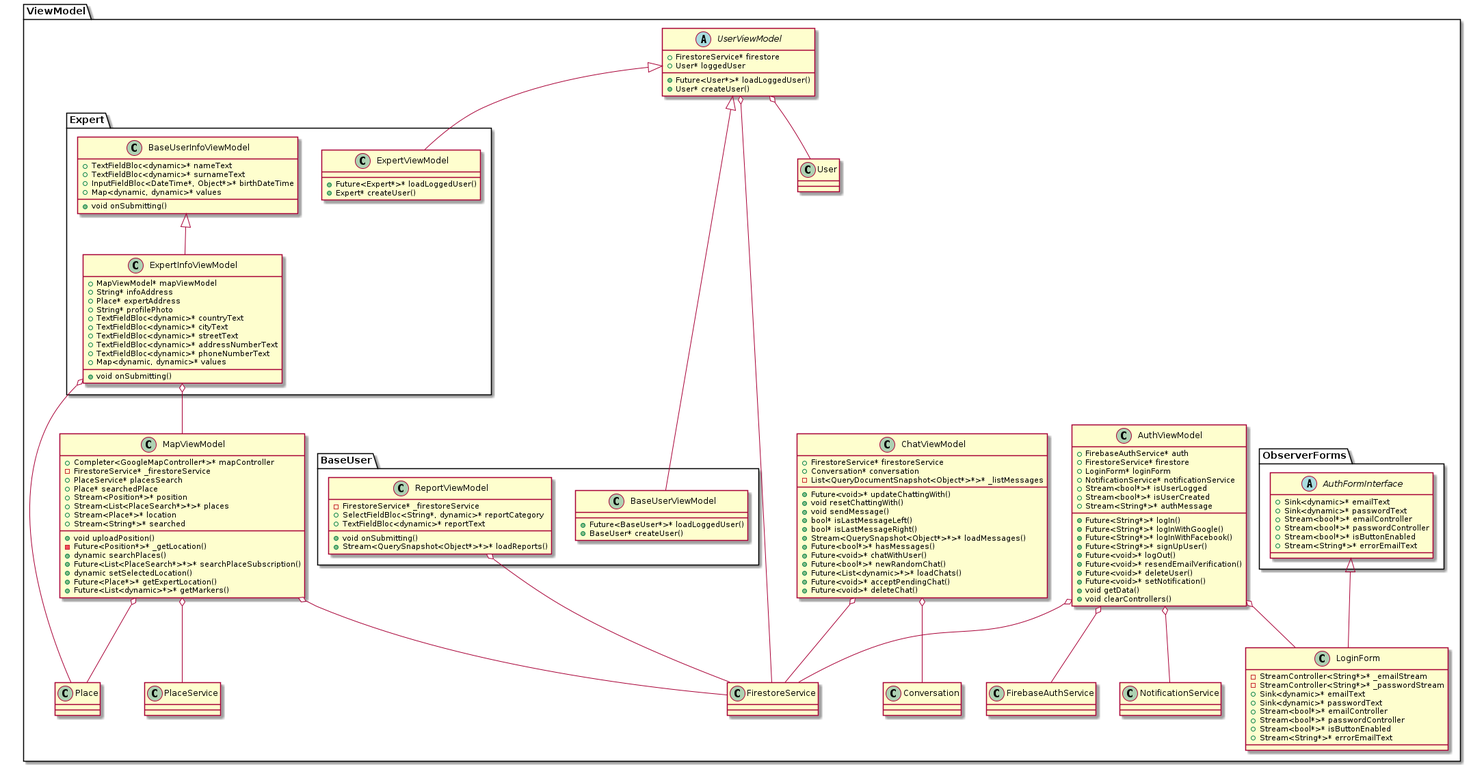
This is out/docs/uml_viewModel/ViewModelUML.png from simoneghiazzi/DIMA, a PlantUML export, as it was before one commit.
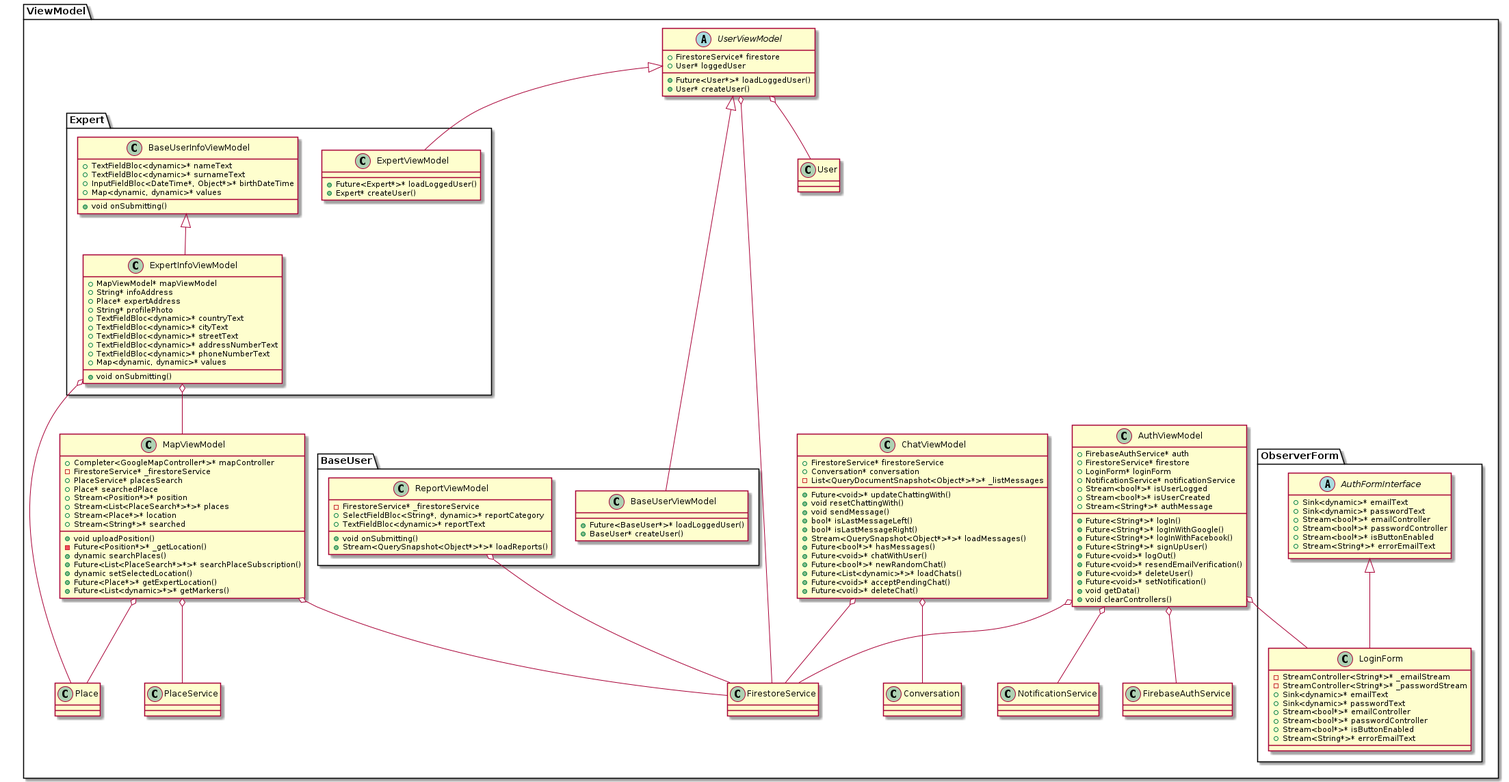
Later version of the same file.

Commit message:
uml diagrams

What changed in the source:
```diff
@@ -1,5 +1,26 @@
 @startuml ViewModelUML
 package ViewModel {
+    package ObserverForm {
+        abstract class "AuthFormInterface" {
+            +Sink<dynamic>* emailText
+            +Sink<dynamic>* passwordText
+            +Stream<bool*>* emailController
+            +Stream<bool*>* passwordController
+            +Stream<bool*>* isButtonEnabled
+            +Stream<String*>* errorEmailText
+        }
+        class "LoginForm" {
+            -StreamController<String*>* _emailStream
+            -StreamController<String*>* _passwordStream
+            +Sink<dynamic>* emailText
+            +Sink<dynamic>* passwordText
+            +Stream<bool*>* emailController
+            +Stream<bool*>* passwordController
+            +Stream<bool*>* isButtonEnabled
+            +Stream<String*>* errorEmailText
+        }
+        "AuthFormInterface" <|-- "LoginForm"
+    }
     class "ChatViewModel" {
         +FirestoreService* firestoreService
         +Conversation* conversation
@@ -74,6 +95,7 @@
     "MapViewModel" o-- "PlaceService"
     "MapViewModel" o-- "Place"
 
+
     package Expert {
         class "ExpertViewModel" {
             +Future<Expert*>* loadLoggedUser()
@@ -123,28 +145,5 @@
         }
         "ReportViewModel" o-- "FirestoreService"
     }
-
-    package ObserverForms {
-        abstract class "AuthFormInterface" {
-            +Sink<dynamic>* emailText
-            +Sink<dynamic>* passwordText
-            +Stream<bool*>* emailController
-            +Stream<bool*>* passwordController
-            +Stream<bool*>* isButtonEnabled
-            +Stream<String*>* errorEmailText
-        }
-
-        class "LoginForm" {
-            -StreamController<String*>* _emailStream
-            -StreamController<String*>* _passwordStream
-            +Sink<dynamic>* emailText
-            +Sink<dynamic>* passwordText
-            +Stream<bool*>* emailController
-            +Stream<bool*>* passwordController
-            +Stream<bool*>* isButtonEnabled
-            +Stream<String*>* errorEmailText
-        }
-        "AuthFormInterface" <|-- "LoginForm"
-    }
 }
 @enduml
```
